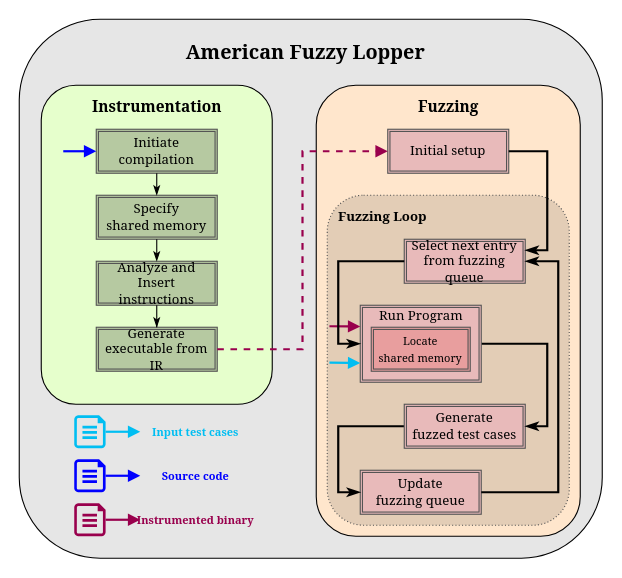
behnamarbab/masterthesis keeps this draw.io diagram as Images/drawio/AFL-proc.drawio. Above is the earlier version. Source tidied: cells renumbered, new cells numbered last; positions are measured from the earlier drawing's top-left corner, leaving out a move shared by most shapes. Both pictures are drawn from the tidied source at 110%, with x=0, y=0 at pixel (19, 19).
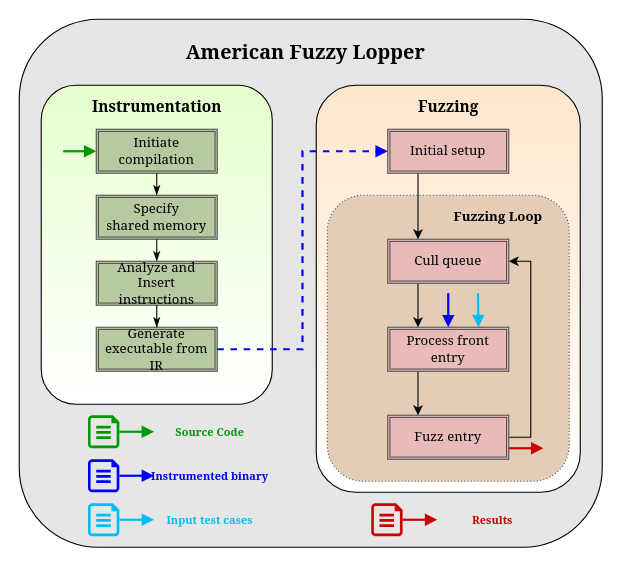
Above is the later version.

Unchanged cells that the change refers to:
```xml
<mxCell id="7" value="Initiate compilation" style="shape=ext;double=1;rounded=0;whiteSpace=wrap;html=1;strokeColor=#545454;strokeWidth=1;fontFamily=Georgia;fontSize=12;fillColor=#B6C9A1;" parent="1" vertex="1">
  <mxGeometry x="70" y="100" width="110" height="40" as="geometry" />
</mxCell>
<mxCell id="12" value="Generate executable from IR" style="shape=ext;double=1;rounded=0;whiteSpace=wrap;html=1;strokeColor=#545454;strokeWidth=1;fontFamily=Georgia;fontSize=12;fillColor=#B6C9A1;" parent="1" vertex="1">
  <mxGeometry x="70" y="280" width="110" height="40" as="geometry" />
</mxCell>
<mxCell id="24" value="Initial setup" style="shape=ext;double=1;rounded=0;whiteSpace=wrap;html=1;strokeColor=#545454;strokeWidth=1;fontFamily=Georgia;fontSize=12;fillColor=#E8BABA;" parent="1" vertex="1">
  <mxGeometry x="335" y="100" width="110" height="40" as="geometry" />
</mxCell>
```

Change to the diagram source:
```diff
@@
     <mxCell id="2" style="rounded=1;whiteSpace=wrap;html=1;fontFamily=Georgia;fontSize=12;fillColor=#E6E6E6;" parent="1" vertex="1">
-      <mxGeometry width="530" height="490" as="geometry" />
+      <mxGeometry width="530" height="480" as="geometry" />
     </mxCell>
-    <mxCell id="3" style="rounded=1;whiteSpace=wrap;html=1;fontFamily=Georgia;fontSize=12;fillColor=#FFE6CC;" parent="1" vertex="1">
-      <mxGeometry x="270" y="60" width="240" height="410" as="geometry" />
+    <mxCell id="3" style="rounded=1;whiteSpace=wrap;html=1;fontFamily=Georgia;fontSize=12;fillColor=#FFE6CC;gradientColor=#ffffff;" parent="1" vertex="1">
+      <mxGeometry x="270" y="60" width="240" height="370" as="geometry" />
     </mxCell>
-    <mxCell id="4" style="verticalLabelPosition=bottom;html=1;verticalAlign=top;align=center;strokeColor=none;shape=mxgraph.azure.cloud_services_configuration_file;dashed=1;dashPattern=1 2;fontFamily=Georgia;fontSize=12;fillColor=#00BEF2;" parent="1" vertex="1">
-      <mxGeometry x="50" y="360" width="28.5" height="30" as="geometry" />
-    </mxCell>
-    <mxCell id="5" style="rounded=1;whiteSpace=wrap;html=1;fontFamily=Georgia;fontSize=12;fillColor=#E6FFCC;" parent="1" vertex="1">
+    <mxCell id="5" style="rounded=1;whiteSpace=wrap;html=1;fontFamily=Georgia;fontSize=12;fillColor=#E6FFCC;gradientColor=#ffffff;" parent="1" vertex="1">
       <mxGeometry x="20" y="60" width="210" height="290" as="geometry" />
     </mxCell>
@@
-    <mxCell id="14" style="verticalLabelPosition=bottom;html=1;verticalAlign=top;align=center;strokeColor=none;shape=mxgraph.azure.cloud_services_configuration_file;dashed=1;dashPattern=1 2;fontFamily=Georgia;fontSize=12;fillColor=#0000FF;" parent="1" vertex="1">
-      <mxGeometry x="50" y="400" width="28.5" height="30" as="geometry" />
-    </mxCell>
-    <mxCell id="15" style="verticalLabelPosition=bottom;html=1;verticalAlign=top;align=center;strokeColor=none;shape=mxgraph.azure.cloud_services_configuration_file;dashed=1;dashPattern=1 2;fontFamily=Georgia;fontSize=12;fillColor=#99004D;" parent="1" vertex="1">
-      <mxGeometry x="50" y="440" width="28.5" height="30" as="geometry" />
-    </mxCell>
-    <mxCell id="16" style="endArrow=block;html=1;strokeWidth=2;fontFamily=Georgia;fontSize=12;exitX=1;exitY=0.5;exitDx=0;exitDy=0;exitPerimeter=0;strokeColor=#00BEF2;endFill=1;" parent="1" edge="1" source="4">
-      <mxGeometry relative="1" as="geometry">
-        <mxPoint x="110" y="375" as="targetPoint" />
-      </mxGeometry>
-    </mxCell>
-    <mxCell id="17" style="endArrow=block;html=1;strokeWidth=2;fontFamily=Georgia;fontSize=12;exitX=1;exitY=0.5;exitDx=0;exitDy=0;exitPerimeter=0;strokeColor=#0000FF;endFill=1;" parent="1" edge="1" source="14">
-      <mxGeometry relative="1" as="geometry">
-        <mxPoint x="110" y="415" as="targetPoint" />
-      </mxGeometry>
-    </mxCell>
-    <mxCell id="18" style="endArrow=block;html=1;strokeWidth=2;fontFamily=Georgia;fontSize=12;exitX=1;exitY=0.5;exitDx=0;exitDy=0;exitPerimeter=0;endFill=1;strokeColor=#99004D;" parent="1" edge="1" source="15">
-      <mxGeometry relative="1" as="geometry">
-        <mxPoint x="110" y="455" as="targetPoint" />
-      </mxGeometry>
-    </mxCell>
-    <mxCell id="19" value="&lt;font color=&quot;#00bef2&quot; size=&quot;1&quot;&gt;&lt;b&gt;Input test cases&lt;/b&gt;&lt;/font&gt;" style="text;html=1;align=center;verticalAlign=middle;fontSize=12;fontFamily=Georgia;" parent="1" vertex="1">
-      <mxGeometry x="120" y="365" width="80" height="20" as="geometry" />
-    </mxCell>
-    <mxCell id="20" value="&lt;font color=&quot;#0000ff&quot; size=&quot;1&quot;&gt;&lt;b&gt;Source code&lt;/b&gt;&lt;/font&gt;" style="text;html=1;align=center;verticalAlign=middle;fontSize=12;fontFamily=Georgia;" parent="1" vertex="1">
-      <mxGeometry x="125" y="405" width="70" height="20" as="geometry" />
-    </mxCell>
-    <mxCell id="21" value="&lt;b style=&quot;font-size: x-small&quot;&gt;&lt;font color=&quot;#99004d&quot;&gt;Instrumented binary&lt;/font&gt;&lt;/b&gt;" style="text;html=1;align=center;verticalAlign=middle;fontSize=12;fontFamily=Georgia;" parent="1" vertex="1">
-      <mxGeometry x="110" y="445" width="100" height="20" as="geometry" />
-    </mxCell>
     <mxCell id="22" style="rounded=1;whiteSpace=wrap;html=1;strokeColor=#545454;strokeWidth=1;fontFamily=Georgia;fontSize=12;dashed=1;dashPattern=1 2;fillColor=#E3CDB6;" parent="1" vertex="1">
-      <mxGeometry x="280" y="160" width="220" height="300" as="geometry" />
+      <mxGeometry x="280" y="160" width="220" height="260" as="geometry" />
     </mxCell>
@@
+    <mxCell id="29" style="edgeStyle=orthogonalEdgeStyle;rounded=0;jettySize=auto;html=1;exitX=0.25;exitY=1;exitDx=0;exitDy=0;entryX=0.25;entryY=0;entryDx=0;entryDy=0;" parent="1" edge="1" source="24" target="28">
+      <mxGeometry relative="1" as="geometry" />
+    </mxCell>
@@
+    <mxCell id="32" value="&lt;font size=&quot;1&quot;&gt;&lt;b style=&quot;font-size: 12px&quot;&gt;Fuzzing Loop&lt;/b&gt;&lt;/font&gt;" style="text;html=1;align=center;verticalAlign=middle;fontSize=12;fontFamily=Georgia;" parent="1" vertex="1">
+      <mxGeometry x="390" y="170" width="90" height="20" as="geometry" />
+    </mxCell>
+    <mxCell id="36" value="&lt;b&gt;&lt;font style=&quot;font-size: 18px&quot;&gt;American Fuzzy Lopper&lt;/font&gt;&lt;/b&gt;" style="text;html=1;align=center;verticalAlign=middle;fontFamily=Georgia;fontSize=12;" parent="1" vertex="1">
+      <mxGeometry x="160" y="20" width="200" height="20" as="geometry" />
+    </mxCell>
+    <mxCell id="37" style="edgeStyle=orthogonalEdgeStyle;rounded=0;jettySize=auto;html=1;exitX=1;exitY=0.5;exitDx=0;exitDy=0;entryX=0;entryY=0.5;entryDx=0;entryDy=0;endArrow=block;endFill=1;strokeWidth=2;fontFamily=Georgia;fontSize=12;dashed=1;strokeColor=#0000FF;" parent="1" edge="1" source="12" target="24">
+      <mxGeometry relative="1" as="geometry" />
+    </mxCell>
+    <mxCell id="39" style="endArrow=block;html=1;strokeWidth=2;fontFamily=Georgia;fontSize=12;endFill=1;entryX=0;entryY=0.5;entryDx=0;entryDy=0;strokeColor=#009900;" parent="1" edge="1" target="7">
+      <mxGeometry relative="1" as="geometry">
+        <mxPoint x="40" y="120" as="sourcePoint" />
+      </mxGeometry>
+    </mxCell>
+    <mxCell id="30" style="edgeStyle=orthogonalEdgeStyle;rounded=0;jettySize=auto;html=1;exitX=1;exitY=0.5;exitDx=0;exitDy=0;entryX=1;entryY=0.5;entryDx=0;entryDy=0;" parent="1" edge="1" source="25" target="28">
+      <mxGeometry relative="1" as="geometry" />
+    </mxCell>
-    <mxCell id="25" value="Update&lt;br&gt;fuzzing queue" style="shape=ext;double=1;rounded=0;whiteSpace=wrap;html=1;strokeColor=#545454;strokeWidth=1;fontFamily=Georgia;fontSize=12;fillColor=#E8BABA;" parent="1" vertex="1">
-      <mxGeometry x="310" y="410" width="110" height="40" as="geometry" />
+    <mxCell id="25" value="Fuzz entry" style="shape=ext;double=1;rounded=0;whiteSpace=wrap;html=1;strokeColor=#545454;strokeWidth=1;fontFamily=Georgia;fontSize=12;fillColor=#E8BABA;" parent="1" vertex="1">
+      <mxGeometry x="335" y="360" width="110" height="40" as="geometry" />
     </mxCell>
-    <mxCell id="26" style="edgeStyle=orthogonalEdgeStyle;rounded=0;jettySize=auto;html=1;exitX=0;exitY=0.5;exitDx=0;exitDy=0;entryX=0;entryY=0.5;entryDx=0;entryDy=0;endArrow=classicThin;endFill=1;strokeWidth=2;fontFamily=Georgia;fontSize=12;" parent="1" edge="1" source="27" target="25">
-      <mxGeometry x="340" y="70" as="geometry" />
+    <mxCell id="26" style="edgeStyle=orthogonalEdgeStyle;rounded=0;jettySize=auto;html=1;exitX=0.25;exitY=1;exitDx=0;exitDy=0;entryX=0.25;entryY=0;entryDx=0;entryDy=0;" parent="1" edge="1" source="27" target="25">
+      <mxGeometry relative="1" as="geometry" />
     </mxCell>
-    <mxCell id="27" value="Generate&lt;br&gt;fuzzed test cases" style="shape=ext;double=1;rounded=0;whiteSpace=wrap;html=1;strokeColor=#545454;strokeWidth=1;fontFamily=Georgia;fontSize=12;fillColor=#E8BABA;" parent="1" vertex="1">
-      <mxGeometry x="350" y="350" width="110" height="40" as="geometry" />
+    <mxCell id="27" value="Process front entry" style="shape=ext;double=1;rounded=0;whiteSpace=wrap;html=1;strokeColor=#545454;strokeWidth=1;fontFamily=Georgia;fontSize=12;fillColor=#E8BABA;" parent="1" vertex="1">
+      <mxGeometry x="335" y="280" width="110" height="40" as="geometry" />
     </mxCell>
+    <mxCell id="42" style="edgeStyle=orthogonalEdgeStyle;rounded=0;jettySize=auto;html=1;exitX=0.25;exitY=1;exitDx=0;exitDy=0;entryX=0.25;entryY=0;entryDx=0;entryDy=0;" parent="1" edge="1" source="28" target="27">
+      <mxGeometry relative="1" as="geometry" />
+    </mxCell>
-    <mxCell id="28" value="Select next entry&lt;br&gt;from fuzzing queue" style="shape=ext;double=1;rounded=0;whiteSpace=wrap;html=1;strokeColor=#545454;strokeWidth=1;fontFamily=Georgia;fontSize=12;fillColor=#E8BABA;" parent="1" vertex="1">
-      <mxGeometry x="350" y="200" width="110" height="40" as="geometry" />
+    <mxCell id="28" value="Cull queue" style="shape=ext;double=1;rounded=0;whiteSpace=wrap;html=1;strokeColor=#545454;strokeWidth=1;fontFamily=Georgia;fontSize=12;fillColor=#E8BABA;" parent="1" vertex="1">
+      <mxGeometry x="335" y="200" width="110" height="40" as="geometry" />
     </mxCell>
-    <mxCell id="29" style="edgeStyle=orthogonalEdgeStyle;rounded=0;jettySize=auto;html=1;exitX=1;exitY=0.5;exitDx=0;exitDy=0;entryX=1;entryY=0.25;entryDx=0;entryDy=0;endArrow=classicThin;endFill=1;strokeWidth=2;fontFamily=Georgia;fontSize=12;" parent="1" edge="1" source="24" target="28">
-      <mxGeometry x="340" y="70" as="geometry" />
-    </mxCell>
-    <mxCell id="30" style="edgeStyle=orthogonalEdgeStyle;rounded=0;jettySize=auto;html=1;exitX=1;exitY=0.5;exitDx=0;exitDy=0;entryX=1;entryY=0.5;entryDx=0;entryDy=0;endArrow=classicThin;endFill=1;strokeWidth=2;fontFamily=Georgia;fontSize=12;" parent="1" edge="1" source="25" target="28">
-      <mxGeometry x="340" y="70" as="geometry">
-        <Array as="points">
-          <mxPoint x="490" y="430" />
-          <mxPoint x="490" y="220" />
-        </Array>
-      </mxGeometry>
-    </mxCell>
-    <mxCell id="31" style="edgeStyle=orthogonalEdgeStyle;rounded=0;jettySize=auto;html=1;exitX=1;exitY=0.5;exitDx=0;exitDy=0;entryX=1;entryY=0.5;entryDx=0;entryDy=0;endArrow=classicThin;endFill=1;strokeWidth=2;fontFamily=Georgia;fontSize=12;" parent="1" edge="1" source="33" target="27">
-      <mxGeometry x="340" y="70" as="geometry" />
-    </mxCell>
-    <mxCell id="32" value="&lt;font size=&quot;1&quot;&gt;&lt;b style=&quot;font-size: 12px&quot;&gt;Fuzzing Loop&lt;/b&gt;&lt;/font&gt;" style="text;html=1;align=center;verticalAlign=middle;fontSize=12;fontFamily=Georgia;" parent="1" vertex="1">
-      <mxGeometry x="285" y="170" width="90" height="20" as="geometry" />
-    </mxCell>
-    <mxCell id="33" style="shape=ext;double=1;rounded=0;whiteSpace=wrap;html=1;strokeColor=#545454;strokeWidth=1;fontFamily=Georgia;fontSize=12;fillColor=#E8BABA;" parent="1" vertex="1">
-      <mxGeometry x="310" y="260" width="110" height="70" as="geometry" />
-    </mxCell>
-    <mxCell id="34" value="Run Program" style="text;html=1;align=center;verticalAlign=middle;fontSize=12;fontFamily=Georgia;" parent="1" vertex="1">
-      <mxGeometry x="325" y="260" width="80" height="20" as="geometry" />
-    </mxCell>
-    <mxCell id="35" value="&lt;font style=&quot;font-size: 10px&quot;&gt;Locate&lt;br&gt;shared memory&lt;/font&gt;" style="shape=ext;double=1;rounded=0;whiteSpace=wrap;html=1;strokeColor=#545454;strokeWidth=1;fontFamily=Georgia;fontSize=12;fillColor=#E89E9E;" parent="1" vertex="1">
-      <mxGeometry x="320" y="280" width="90" height="40" as="geometry" />
-    </mxCell>
-    <mxCell id="36" value="&lt;b&gt;&lt;font style=&quot;font-size: 18px&quot;&gt;American Fuzzy Lopper&lt;/font&gt;&lt;/b&gt;" style="text;html=1;align=center;verticalAlign=middle;fontFamily=Georgia;fontSize=12;" parent="1" vertex="1">
-      <mxGeometry x="160" y="20" width="200" height="20" as="geometry" />
-    </mxCell>
-    <mxCell id="37" style="edgeStyle=orthogonalEdgeStyle;rounded=0;jettySize=auto;html=1;exitX=1;exitY=0.5;exitDx=0;exitDy=0;entryX=0;entryY=0.5;entryDx=0;entryDy=0;endArrow=block;endFill=1;strokeWidth=2;fontFamily=Georgia;fontSize=12;dashed=1;strokeColor=#99004D;" parent="1" edge="1" source="12" target="24">
-      <mxGeometry relative="1" as="geometry" />
-    </mxCell>
-    <mxCell id="38" style="endArrow=block;html=1;strokeWidth=2;fontFamily=Georgia;fontSize=12;strokeColor=#00BEF2;endFill=1;entryX=0;entryY=0.75;entryDx=0;entryDy=0;exitX=0.009;exitY=0.507;exitDx=0;exitDy=0;exitPerimeter=0;" parent="1" edge="1" source="22" target="33">
-      <mxGeometry relative="1" as="geometry" />
+    <mxCell id="38" style="endArrow=block;html=1;strokeWidth=2;fontFamily=Georgia;fontSize=12;strokeColor=#00BEF2;endFill=1;entryX=0.75;entryY=0;entryDx=0;entryDy=0;" parent="1" edge="1" target="27">
+      <mxGeometry relative="1" as="geometry">
+        <mxPoint x="417" y="249" as="sourcePoint" />
+      </mxGeometry>
     </mxCell>
-    <mxCell id="39" style="endArrow=block;html=1;strokeWidth=2;fontFamily=Georgia;fontSize=12;strokeColor=#0000FF;endFill=1;entryX=0;entryY=0.5;entryDx=0;entryDy=0;" parent="1" edge="1" target="7">
-      <mxGeometry relative="1" as="geometry">
-        <mxPoint x="40" y="120" as="sourcePoint" />
-      </mxGeometry>
-    </mxCell>
-    <mxCell id="40" style="endArrow=block;html=1;strokeWidth=2;fontFamily=Georgia;fontSize=12;endFill=1;strokeColor=#99004D;exitX=0.009;exitY=0.397;exitDx=0;exitDy=0;exitPerimeter=0;" parent="1" edge="1" source="22">
+    <mxCell id="40" style="endArrow=block;html=1;strokeWidth=2;fontFamily=Georgia;fontSize=12;endFill=1;entryX=0.5;entryY=0;entryDx=0;entryDy=0;strokeColor=#0000FF;" parent="1" edge="1" target="27">
       <mxGeometry relative="1" as="geometry">
-        <mxPoint x="310" y="279.3" as="targetPoint" />
+        <mxPoint x="390" y="249" as="sourcePoint" />
       </mxGeometry>
     </mxCell>
-    <mxCell id="41" style="edgeStyle=orthogonalEdgeStyle;rounded=0;jettySize=auto;html=1;exitX=0;exitY=0.5;exitDx=0;exitDy=0;entryX=0;entryY=0.5;entryDx=0;entryDy=0;endArrow=classicThin;endFill=1;strokeWidth=2;fontFamily=Georgia;fontSize=12;" parent="1" edge="1" source="28" target="33">
-      <mxGeometry x="340" y="70" as="geometry" />
-    </mxCell>
+    <mxCell id="43" style="group;" parent="1" vertex="1">
+      <mxGeometry x="62.5" y="400" width="160" height="30" as="geometry" />
+    </mxCell>
+    <mxCell id="14" style="verticalLabelPosition=bottom;html=1;verticalAlign=top;align=center;strokeColor=none;shape=mxgraph.azure.cloud_services_configuration_file;dashed=1;dashPattern=1 2;fontFamily=Georgia;fontSize=12;fillColor=#0000FF;" parent="43" vertex="1">
+      <mxGeometry width="28.5" height="30" as="geometry" />
+    </mxCell>
+    <mxCell id="17" style="endArrow=block;html=1;strokeWidth=2;fontFamily=Georgia;fontSize=12;exitX=1;exitY=0.5;exitDx=0;exitDy=0;exitPerimeter=0;strokeColor=#0000FF;endFill=1;" parent="43" edge="1" source="14">
+      <mxGeometry relative="1" as="geometry">
+        <mxPoint x="60" y="15" as="targetPoint" />
+      </mxGeometry>
+    </mxCell>
+    <mxCell id="20" value="&lt;font color=&quot;#0000ff&quot; size=&quot;1&quot;&gt;&lt;b&gt;Instrumented binary&lt;/b&gt;&lt;/font&gt;" style="text;html=1;align=center;verticalAlign=middle;fontSize=12;fontFamily=Georgia;" parent="43" vertex="1">
+      <mxGeometry x="60" y="5" width="100" height="20" as="geometry" />
+    </mxCell>
+    <mxCell id="44" style="group;" parent="1" vertex="1">
+      <mxGeometry x="62.5" y="440" width="150" height="30" as="geometry" />
+    </mxCell>
+    <mxCell id="4" style="verticalLabelPosition=bottom;html=1;verticalAlign=top;align=center;strokeColor=none;shape=mxgraph.azure.cloud_services_configuration_file;dashed=1;dashPattern=1 2;fontFamily=Georgia;fontSize=12;fillColor=#00BEF2;" parent="44" vertex="1">
+      <mxGeometry width="28.5" height="30" as="geometry" />
+    </mxCell>
+    <mxCell id="16" style="endArrow=block;html=1;strokeWidth=2;fontFamily=Georgia;fontSize=12;exitX=1;exitY=0.5;exitDx=0;exitDy=0;exitPerimeter=0;strokeColor=#00BEF2;endFill=1;" parent="44" edge="1" source="4">
+      <mxGeometry relative="1" as="geometry">
+        <mxPoint x="60" y="15" as="targetPoint" />
+      </mxGeometry>
+    </mxCell>
+    <mxCell id="19" value="&lt;font color=&quot;#00bef2&quot; size=&quot;1&quot;&gt;&lt;b&gt;Input test cases&lt;/b&gt;&lt;/font&gt;" style="text;html=1;align=center;verticalAlign=middle;fontSize=12;fontFamily=Georgia;" parent="44" vertex="1">
+      <mxGeometry x="70" y="5" width="80" height="20" as="geometry" />
+    </mxCell>
+    <mxCell id="45" style="verticalLabelPosition=bottom;html=1;verticalAlign=top;align=center;strokeColor=none;shape=mxgraph.azure.cloud_services_configuration_file;dashed=1;dashPattern=1 2;fontFamily=Georgia;fontSize=12;fillColor=#CC0000;" parent="1" vertex="1">
+      <mxGeometry x="320" y="440" width="28.5" height="30" as="geometry" />
+    </mxCell>
+    <mxCell id="46" style="endArrow=block;html=1;strokeWidth=2;fontFamily=Georgia;fontSize=12;exitX=1;exitY=0.5;exitDx=0;exitDy=0;exitPerimeter=0;endFill=1;strokeColor=#CC0000;" parent="1" edge="1" source="45">
+      <mxGeometry x="390" y="460" as="geometry">
+        <mxPoint x="380" y="455" as="targetPoint" />
+      </mxGeometry>
+    </mxCell>
+    <mxCell id="47" value="&lt;font size=&quot;1&quot; color=&quot;#cc0000&quot;&gt;&lt;b&gt;Results&lt;/b&gt;&lt;/font&gt;" style="text;html=1;align=center;verticalAlign=middle;fontSize=12;fontFamily=Georgia;" parent="1" vertex="1">
+      <mxGeometry x="405" y="445" width="50" height="20" as="geometry" />
+    </mxCell>
+    <mxCell id="48" style="group;" parent="1" vertex="1">
+      <mxGeometry x="62.5" y="360" width="145" height="30" as="geometry" />
+    </mxCell>
+    <mxCell id="15" style="verticalLabelPosition=bottom;html=1;verticalAlign=top;align=center;strokeColor=none;shape=mxgraph.azure.cloud_services_configuration_file;dashed=1;dashPattern=1 2;fontFamily=Georgia;fontSize=12;fillColor=#009900;" parent="48" vertex="1">
+      <mxGeometry width="28.5" height="30" as="geometry" />
+    </mxCell>
+    <mxCell id="18" style="endArrow=block;html=1;strokeWidth=2;fontFamily=Georgia;fontSize=12;exitX=1;exitY=0.5;exitDx=0;exitDy=0;exitPerimeter=0;endFill=1;strokeColor=#009900;" parent="48" edge="1" source="15">
+      <mxGeometry as="geometry">
+        <mxPoint x="60" y="15" as="targetPoint" />
+      </mxGeometry>
+    </mxCell>
+    <mxCell id="21" value="&lt;b style=&quot;font-size: x-small&quot;&gt;&lt;font color=&quot;#009900&quot;&gt;Source Code&lt;/font&gt;&lt;/b&gt;" style="text;html=1;align=center;verticalAlign=middle;fontSize=12;fontFamily=Georgia;" parent="48" vertex="1">
+      <mxGeometry x="75" y="5" width="70" height="20" as="geometry" />
+    </mxCell>
+    <mxCell id="49" style="endArrow=block;html=1;strokeWidth=2;fontFamily=Georgia;fontSize=12;exitX=1;exitY=0.5;exitDx=0;exitDy=0;exitPerimeter=0;endFill=1;strokeColor=#CC0000;" parent="1" edge="1">
+      <mxGeometry x="486.5" y="395" as="geometry">
+        <mxPoint x="445" y="390" as="sourcePoint" />
+        <mxPoint x="476.5" y="390" as="targetPoint" />
+      </mxGeometry>
+    </mxCell>
```
